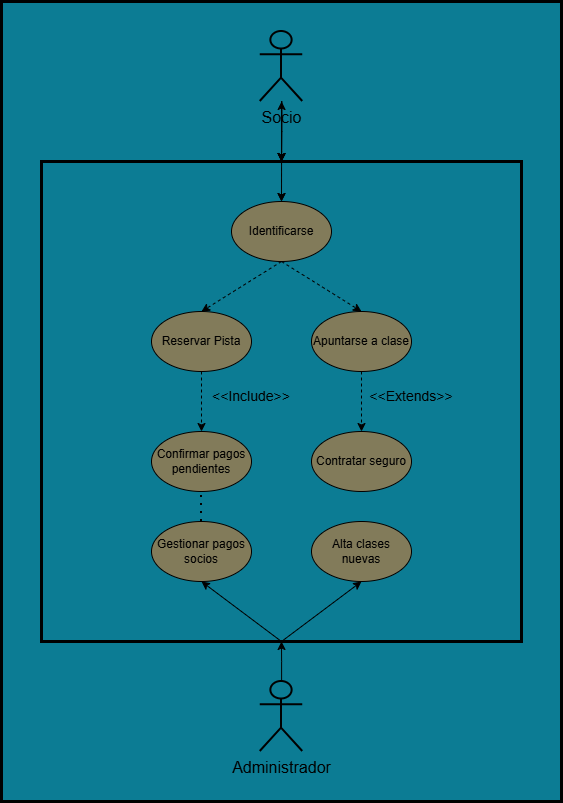
Above: Actividad1/Casos de Uso.png in CristianPlatero/ED-Unidad07CPZ (draw.io), before the change. Source tidied: cells renumbered, new cells last; positions are measured from the earlier drawing's top-left corner, leaving out a move shared by most shapes.
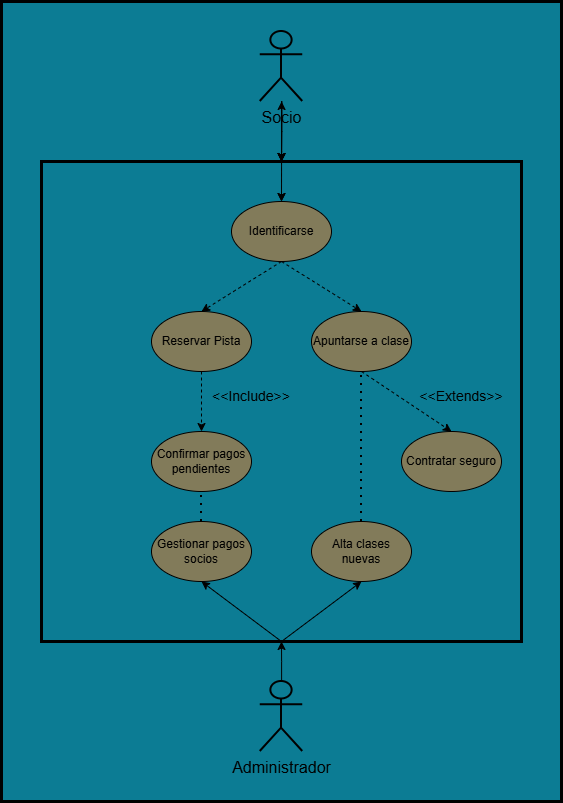
The same file after the commit.

Commit message:
diagrama actualizado

What changed in the source:
```diff
@@ -42,7 +42,7 @@
       <mxGeometry x="150" y="430" width="100" height="60" as="geometry" />
     </mxCell>
     <mxCell id="15" value="Contratar seguro" style="ellipse;whiteSpace=wrap;html=1;fillColor=#827B5A;" parent="1" vertex="1">
-      <mxGeometry x="310" y="430" width="100" height="60" as="geometry" />
+      <mxGeometry x="400" y="430" width="100" height="60" as="geometry" />
     </mxCell>
     <mxCell id="16" style="endArrow=classic;html=1;rounded=0;exitX=0.5;exitY=1;exitDx=0;exitDy=0;entryX=0.5;entryY=0;entryDx=0;entryDy=0;dashed=1;" parent="1" edge="1" source="13" target="15">
       <mxGeometry relative="1" as="geometry" />
@@ -54,7 +54,7 @@
       <mxGeometry x="220" y="380" width="60" height="30" as="geometry" />
     </mxCell>
     <mxCell id="19" value="&lt;font style=&quot;font-size: 14px;&quot;&gt;&amp;lt;&amp;lt;Extends&amp;gt;&amp;gt;&lt;/font&gt;" style="text;html=1;whiteSpace=wrap;strokeColor=none;fillColor=none;align=center;verticalAlign=middle;rounded=0;" parent="1" vertex="1">
-      <mxGeometry x="380" y="380" width="60" height="30" as="geometry" />
+      <mxGeometry x="430" y="380" width="60" height="30" as="geometry" />
     </mxCell>
     <mxCell id="20" style="endArrow=classic;html=1;rounded=0;entryX=0.5;entryY=0;entryDx=0;entryDy=0;exitX=0.5;exitY=0;exitDx=0;exitDy=0;dashed=1;" parent="1" edge="1" source="4" target="11">
       <mxGeometry relative="1" as="geometry" />
@@ -86,5 +86,8 @@
     <mxCell id="29" style="endArrow=none;dashed=1;html=1;dashPattern=1 3;strokeWidth=2;rounded=0;exitX=0.5;exitY=0;exitDx=0;exitDy=0;entryX=0.5;entryY=1;entryDx=0;entryDy=0;" parent="1" edge="1" source="26" target="14">
       <mxGeometry relative="1" as="geometry" />
     </mxCell>
+    <mxCell id="30" style="endArrow=none;dashed=1;html=1;dashPattern=1 3;strokeWidth=2;rounded=0;exitX=0.5;exitY=0;exitDx=0;exitDy=0;entryX=0.5;entryY=1;entryDx=0;entryDy=0;" parent="1" edge="1" source="25" target="13">
+      <mxGeometry relative="1" as="geometry" />
+    </mxCell>
   </root>
 </mxGraphModel>
```
